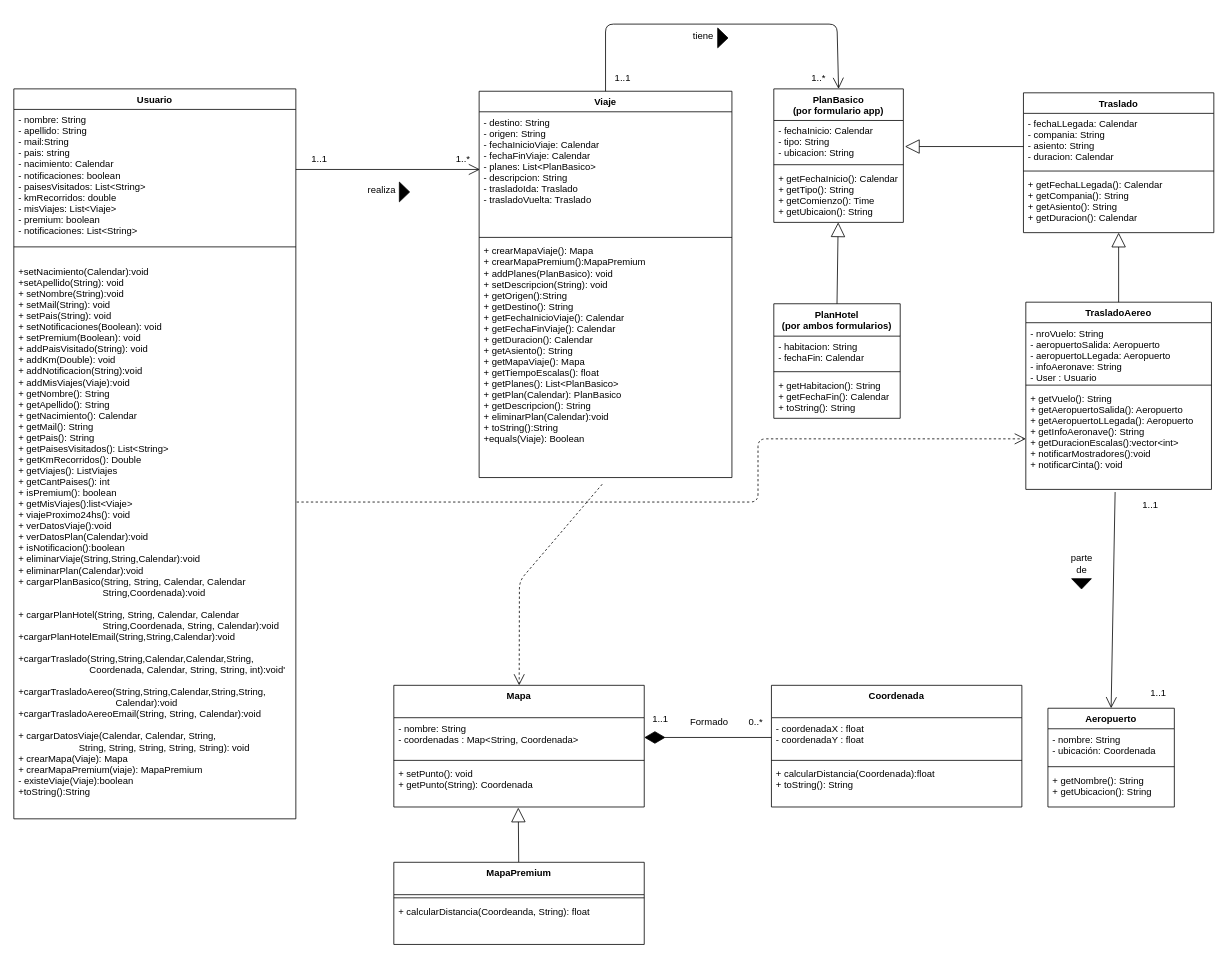
The draw.io diagram Entrega nro 3/DClasesTPE.drawio in maurogalvan/Grupo-13-Metodologia, before the edit. Source tidied: cells renumbered, new cells numbered last; positions are measured from the earlier drawing's top-left corner, leaving out a move shared by most shapes. Both pictures are drawn from the tidied source at 79%, with x=0, y=0 at pixel (13, 24).
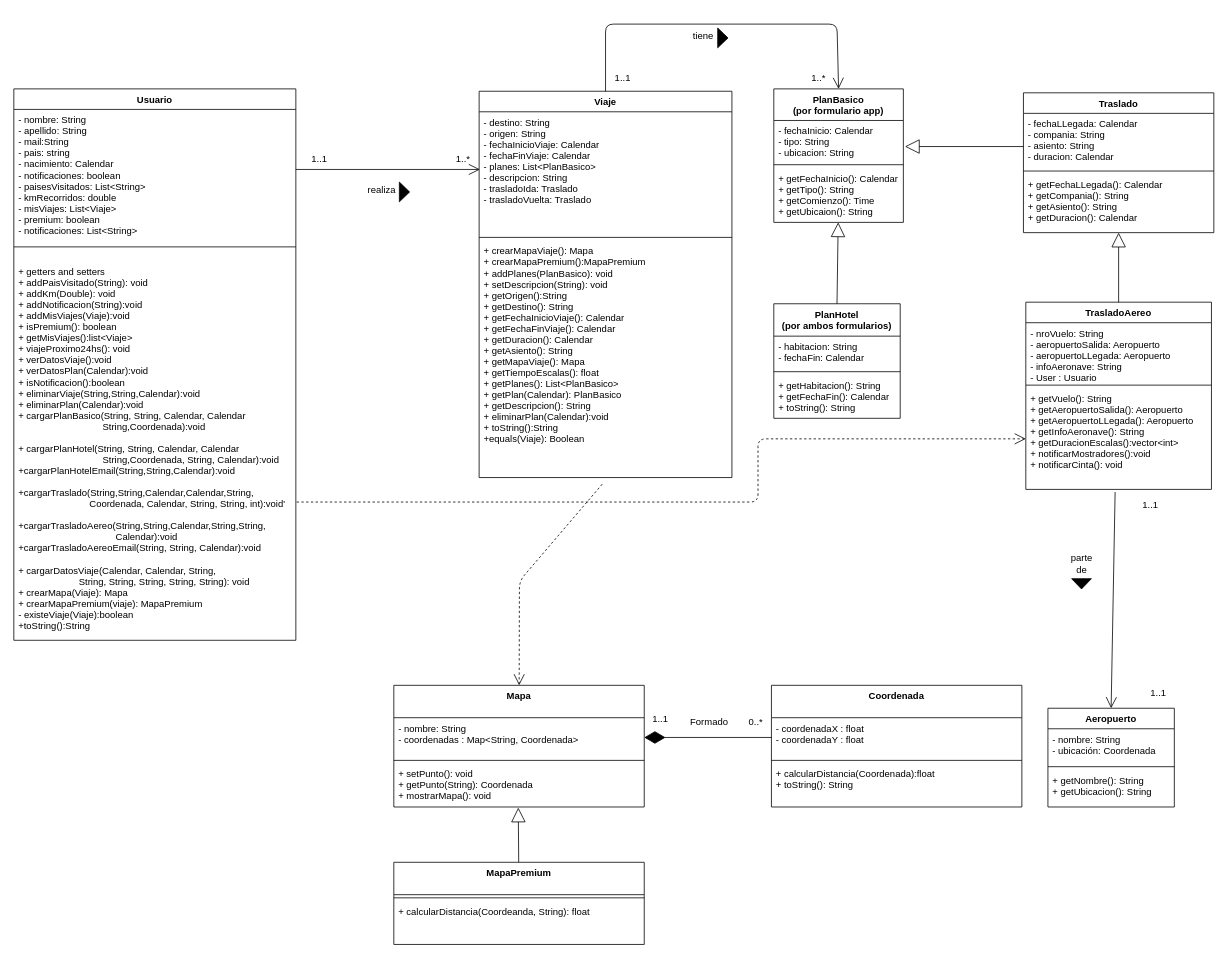
The same page after the edit.

The change refers to these unchanged cells:
```xml
<mxCell id="56" value="Mapa" style="swimlane;fontStyle=1;align=center;verticalAlign=top;horizontal=1;startSize=41;" parent="1" vertex="1">
  <mxGeometry x="481" y="837" width="317" height="154" as="geometry" />
</mxCell>
```

The edit, as a diff of the source:
```diff
@@
     <mxCell id="47" value="Usuario" style="swimlane;fontStyle=1;align=center;verticalAlign=top;horizontal=1;startSize=26;" parent="1" vertex="1">
-      <mxGeometry y="82" width="357" height="924" as="geometry" />
+      <mxGeometry y="82" width="357" height="698" as="geometry" />
     </mxCell>
@@
-    <mxCell id="50" value="&#10;+setNacimiento(Calendar):void&#10;+setApellido(String): void&#10;+ setNombre(String):void&#10;+ setMail(String): void&#10;+ setPais(String): void&#10;+ setNotificaciones(Boolean): void&#10;+ setPremium(Boolean): void&#10;+ addPaisVisitado(String): void  &#10;+ addKm(Double): void&#10;+ addNotificacion(String):void&#10;+ addMisViajes(Viaje):void&#10;+ getNombre(): String&#10;+ getApellido(): String&#10;+ getNacimiento(): Calendar&#10;+ getMail(): String&#10;+ getPais(): String&#10;+ getPaisesVisitados(): List&lt;String&gt;&#10;+ getKmRecorridos(): Double&#10;+ getViajes(): ListViajes&#10;+ getCantPaises(): int&#10;+ isPremium(): boolean&#10;+ getMisViajes():list&lt;Viaje&gt;&#10;+ viajeProximo24hs(): void&#10;+ verDatosViaje():void&#10;+ verDatosPlan(Calendar):void&#10;+ isNotificacion():boolean&#10;+ eliminarViaje(String,String,Calendar):void&#10;+ eliminarPlan(Calendar):void&#10;+ cargarPlanBasico(String, String, Calendar, Calendar&#10;                                String,Coordenada):void&#10;&#10;+ cargarPlanHotel(String, String, Calendar, Calendar&#10;                                String,Coordenada, String, Calendar):void&#10;+cargarPlanHotelEmail(String,String,Calendar):void&#10;&#10;+cargarTraslado(String,String,Calendar,Calendar,String,&#10;                           Coordenada, Calendar, String, String, int):void'&#10;&#10;+cargarTrasladoAereo(String,String,Calendar,String,String,&#10;                                     Calendar):void&#10;+cargarTrasladoAereoEmail(String, String, Calendar):void&#10;&#10;+ cargarDatosViaje(Calendar, Calendar, String,&#10;                       String, String, String, String, String): void&#10;+ crearMapa(Viaje): Mapa&#10;+ crearMapaPremium(viaje): MapaPremium&#10;- existeViaje(Viaje):boolean&#10;+toString():String" style="text;strokeColor=none;fillColor=none;align=left;verticalAlign=top;spacingLeft=4;spacingRight=4;overflow=hidden;" parent="47" vertex="1">
-      <mxGeometry y="204" width="357" height="720" as="geometry" />
+    <mxCell id="50" value="&#10;+ getters and setters&#10;+ addPaisVisitado(String): void  &#10;+ addKm(Double): void&#10;+ addNotificacion(String):void&#10;+ addMisViajes(Viaje):void&#10;+ isPremium(): boolean&#10;+ getMisViajes():list&lt;Viaje&gt;&#10;+ viajeProximo24hs(): void&#10;+ verDatosViaje():void&#10;+ verDatosPlan(Calendar):void&#10;+ isNotificacion():boolean&#10;+ eliminarViaje(String,String,Calendar):void&#10;+ eliminarPlan(Calendar):void&#10;+ cargarPlanBasico(String, String, Calendar, Calendar&#10;                                String,Coordenada):void&#10;&#10;+ cargarPlanHotel(String, String, Calendar, Calendar&#10;                                String,Coordenada, String, Calendar):void&#10;+cargarPlanHotelEmail(String,String,Calendar):void&#10;&#10;+cargarTraslado(String,String,Calendar,Calendar,String,&#10;                           Coordenada, Calendar, String, String, int):void'&#10;&#10;+cargarTrasladoAereo(String,String,Calendar,String,String,&#10;                                     Calendar):void&#10;+cargarTrasladoAereoEmail(String, String, Calendar):void&#10;&#10;+ cargarDatosViaje(Calendar, Calendar, String,&#10;                       String, String, String, String, String): void&#10;+ crearMapa(Viaje): Mapa&#10;+ crearMapaPremium(viaje): MapaPremium&#10;- existeViaje(Viaje):boolean&#10;+toString():String" style="text;strokeColor=none;fillColor=none;align=left;verticalAlign=top;spacingLeft=4;spacingRight=4;overflow=hidden;" parent="47" vertex="1">
+      <mxGeometry y="204" width="357" height="494" as="geometry" />
     </mxCell>
@@
-    <mxCell id="59" value="+ setPunto(): void&#10;+ getPunto(String): Coordenada" style="text;strokeColor=none;fillColor=none;align=left;verticalAlign=top;spacingLeft=4;spacingRight=4;overflow=hidden;points=[[0,0.5],[1,0.5]];portConstraint=eastwest;" parent="56" vertex="1">
+    <mxCell id="59" value="+ setPunto(): void&#10;+ getPunto(String): Coordenada&#10;+ mostrarMapa(): void" style="text;strokeColor=none;fillColor=none;align=left;verticalAlign=top;spacingLeft=4;spacingRight=4;overflow=hidden;points=[[0,0.5],[1,0.5]];portConstraint=eastwest;" parent="56" vertex="1">
       <mxGeometry y="99" width="317" height="55" as="geometry" />
     </mxCell>
```
